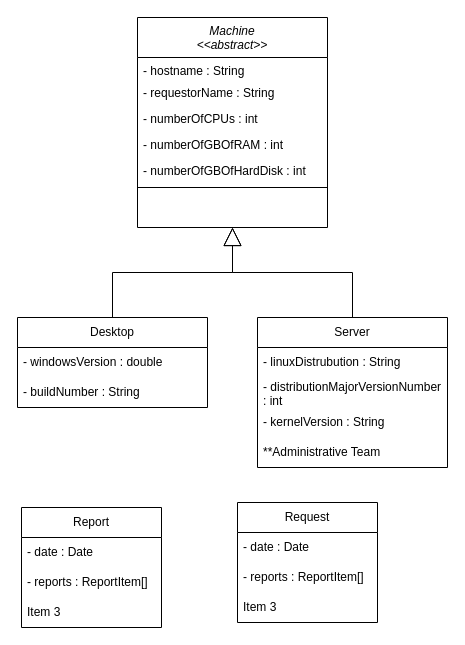
Above: VM_UML.drawio in elishaamenuveve-turntabl/Java-Assessment (draw.io), before the change. Source tidied: cells renumbered, new cells numbered last; positions are measured from the earlier drawing's top-left corner, leaving out a move shared by most shapes. Both pictures are drawn from the tidied source at 100%, with x=0, y=0 at pixel (17, 17).
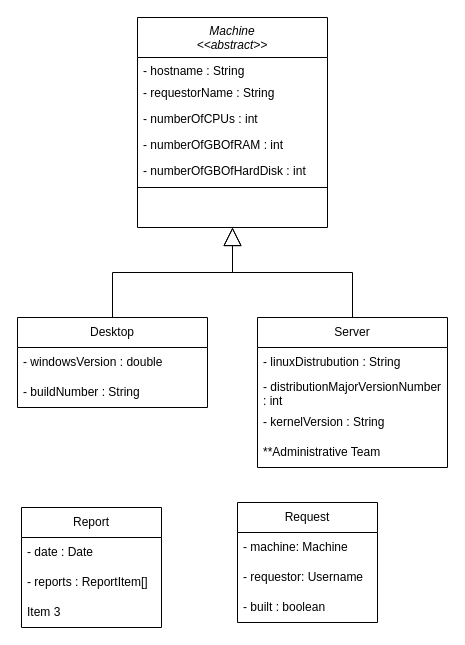
After the change.

Unchanged cells that the change refers to:
```xml
<mxCell id="23" value="Request" style="swimlane;fontStyle=0;horizontal=1;startSize=30;whiteSpace=wrap;html=1;" parent="1" vertex="1">
  <mxGeometry x="220" y="485" width="140" height="120" as="geometry" />
</mxCell>
```

Change to the diagram source:
```diff
@@
-    <mxCell id="24" value="- date : Date" style="text;strokeColor=none;fillColor=none;align=left;verticalAlign=middle;spacingLeft=4;spacingRight=4;overflow=hidden;whiteSpace=wrap;html=1;" parent="23" vertex="1">
+    <mxCell id="24" value="- machine: Machine" style="text;strokeColor=none;fillColor=none;align=left;verticalAlign=middle;spacingLeft=4;spacingRight=4;overflow=hidden;whiteSpace=wrap;html=1;" parent="23" vertex="1">
       <mxGeometry y="30" width="140" height="30" as="geometry" />
     </mxCell>
-    <mxCell id="25" value="- reports : ReportItem[]" style="text;strokeColor=none;fillColor=none;align=left;verticalAlign=middle;spacingLeft=4;spacingRight=4;overflow=hidden;whiteSpace=wrap;html=1;" parent="23" vertex="1">
+    <mxCell id="25" value="- requestor: Username" style="text;strokeColor=none;fillColor=none;align=left;verticalAlign=middle;spacingLeft=4;spacingRight=4;overflow=hidden;whiteSpace=wrap;html=1;" parent="23" vertex="1">
       <mxGeometry y="60" width="140" height="30" as="geometry" />
     </mxCell>
-    <mxCell id="26" value="Item 3" style="text;strokeColor=none;fillColor=none;align=left;verticalAlign=middle;spacingLeft=4;spacingRight=4;overflow=hidden;whiteSpace=wrap;html=1;" parent="23" vertex="1">
+    <mxCell id="26" value="- built : boolean" style="text;strokeColor=none;fillColor=none;align=left;verticalAlign=middle;spacingLeft=4;spacingRight=4;overflow=hidden;whiteSpace=wrap;html=1;" parent="23" vertex="1">
       <mxGeometry y="90" width="140" height="30" as="geometry" />
     </mxCell>
```
